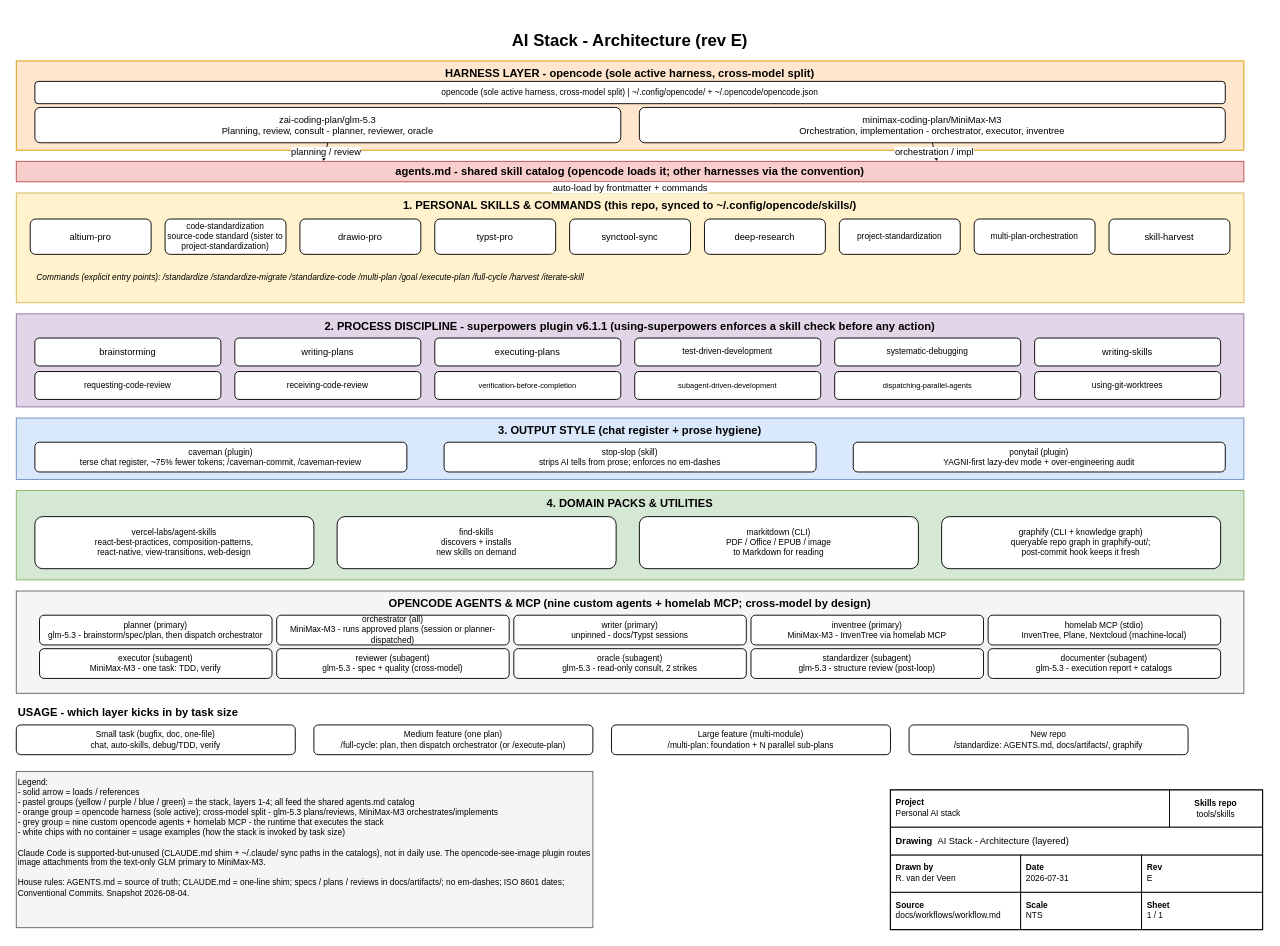
Before: docs/workflows/stack.drawio in RubenVanDerVeen/skills, a draw.io diagram. Source tidied: cells renumbered, new cells numbered last; positions are measured from the earlier drawing's top-left corner, leaving out a move shared by most shapes. Both pictures are drawn from the tidied source at 93%, with x=0, y=0 at pixel (16, 27).
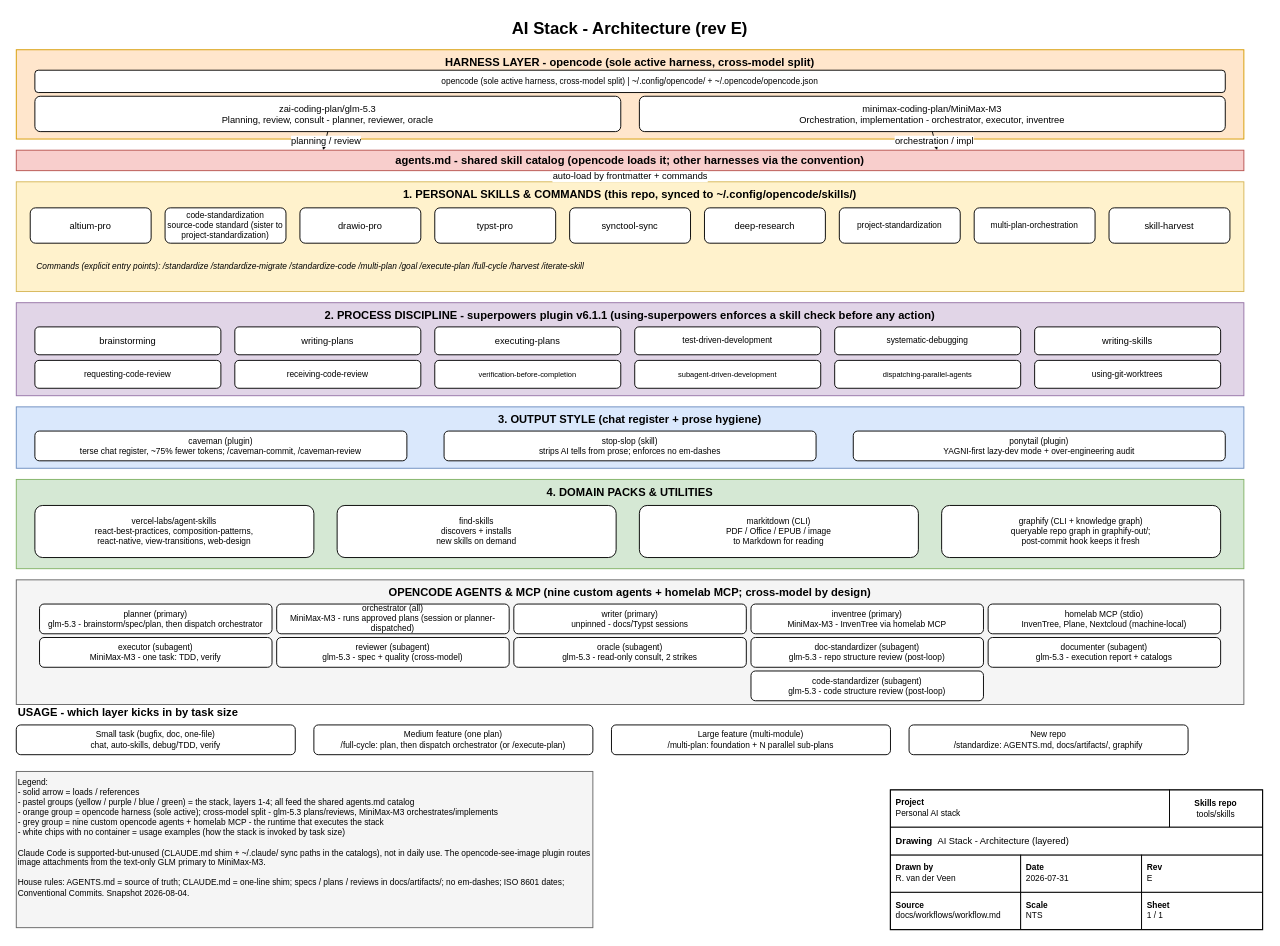
Above is the later version.

What changed in the source:
```diff
@@
     <mxCell id="2" value="AI Stack - Architecture (rev E)" style="text;html=1;strokeColor=none;fillColor=none;align=center;verticalAlign=middle;whiteSpace=wrap;rounded=0;fontSize=18;fontStyle=1;" parent="1" vertex="1">
-      <mxGeometry width="1320" height="28" as="geometry" />
+      <mxGeometry y="-12" width="1320" height="28" as="geometry" />
     </mxCell>
     <mxCell id="3" value="HARNESS LAYER - opencode (sole active harness, cross-model split)" style="rounded=0;whiteSpace=wrap;html=1;fillColor=#ffe6cc;strokeColor=#d79b00;verticalAlign=top;fontStyle=1;fontSize=12;" parent="1" vertex="1">
-      <mxGeometry y="36" width="1320" height="96" as="geometry" />
+      <mxGeometry y="24" width="1320" height="96" as="geometry" />
     </mxCell>
@@
     <mxCell id="7" value="agents.md - shared skill catalog (opencode loads it; other harnesses via the convention)" style="rounded=0;whiteSpace=wrap;html=1;fillColor=#f8cecc;strokeColor=#b85450;fontStyle=1;fontSize=12;" parent="1" vertex="1">
-      <mxGeometry y="144" width="1320" height="22" as="geometry" />
+      <mxGeometry y="132" width="1320" height="22" as="geometry" />
     </mxCell>
     <mxCell id="8" value="1. PERSONAL SKILLS &amp; COMMANDS (this repo, synced to ~/.config/opencode/skills/)" style="rounded=0;whiteSpace=wrap;html=1;fillColor=#fff2cc;strokeColor=#d6b656;verticalAlign=top;fontStyle=1;fontSize=12;" parent="1" vertex="1">
-      <mxGeometry y="178" width="1320" height="118" as="geometry" />
+      <mxGeometry y="166" width="1320" height="118" as="geometry" />
     </mxCell>
@@
     <mxCell id="19" value="2. PROCESS DISCIPLINE - superpowers plugin v6.1.1 (using-superpowers enforces a skill check before any action)" style="rounded=0;whiteSpace=wrap;html=1;fillColor=#e1d5e7;strokeColor=#9673a6;verticalAlign=top;fontStyle=1;fontSize=12;" parent="1" vertex="1">
-      <mxGeometry y="308" width="1320" height="100" as="geometry" />
+      <mxGeometry y="296" width="1320" height="100" as="geometry" />
     </mxCell>
@@
     <mxCell id="32" value="3. OUTPUT STYLE (chat register + prose hygiene)" style="rounded=0;whiteSpace=wrap;html=1;fillColor=#dae8fc;strokeColor=#6c8ebf;verticalAlign=top;fontStyle=1;fontSize=12;" parent="1" vertex="1">
-      <mxGeometry y="420" width="1320" height="66" as="geometry" />
+      <mxGeometry y="408" width="1320" height="66" as="geometry" />
     </mxCell>
@@
     <mxCell id="36" value="4. DOMAIN PACKS &amp; UTILITIES" style="rounded=0;whiteSpace=wrap;html=1;fillColor=#d5e8d4;strokeColor=#82b366;verticalAlign=top;fontStyle=1;fontSize=12;" parent="1" vertex="1">
-      <mxGeometry y="498" width="1320" height="96" as="geometry" />
+      <mxGeometry y="486" width="1320" height="96" as="geometry" />
     </mxCell>
@@
     <mxCell id="41" value="OPENCODE AGENTS &amp; MCP (nine custom agents + homelab MCP; cross-model by design)" style="rounded=0;whiteSpace=wrap;html=1;fillColor=#f5f5f5;strokeColor=#666666;verticalAlign=top;fontStyle=1;fontSize=12;" parent="1" vertex="1">
-      <mxGeometry y="606" width="1320" height="110" as="geometry" />
+      <mxGeometry y="594" width="1320" height="134" as="geometry" />
     </mxCell>
@@
-    <mxCell id="50" value="standardizer (subagent)&#10;glm-5.3 - structure review (post-loop)" style="rounded=1;whiteSpace=wrap;html=1;fillColor=#ffffff;strokeColor=#000000;fontSize=9;" parent="41" vertex="1">
-      <mxGeometry x="790" y="62" width="250" height="32" as="geometry" />
-    </mxCell>
+    <mxCell id="71" value="doc-standardizer (subagent)&#10;glm-5.3 - repo structure review (post-loop)" style="rounded=1;whiteSpace=wrap;html=1;fillColor=#ffffff;strokeColor=#000000;fontSize=9;" parent="41" vertex="1">
+      <mxGeometry x="790" y="62" width="250" height="32" as="geometry" />
+    </mxCell>
+    <mxCell id="72" value="code-standardizer (subagent)&#10;glm-5.3 - code structure review (post-loop)" style="rounded=1;whiteSpace=wrap;html=1;fillColor=#ffffff;strokeColor=#000000;fontSize=9;" parent="41" vertex="1">
+      <mxGeometry x="790" y="98" width="250" height="32" as="geometry" />
+    </mxCell>
```
